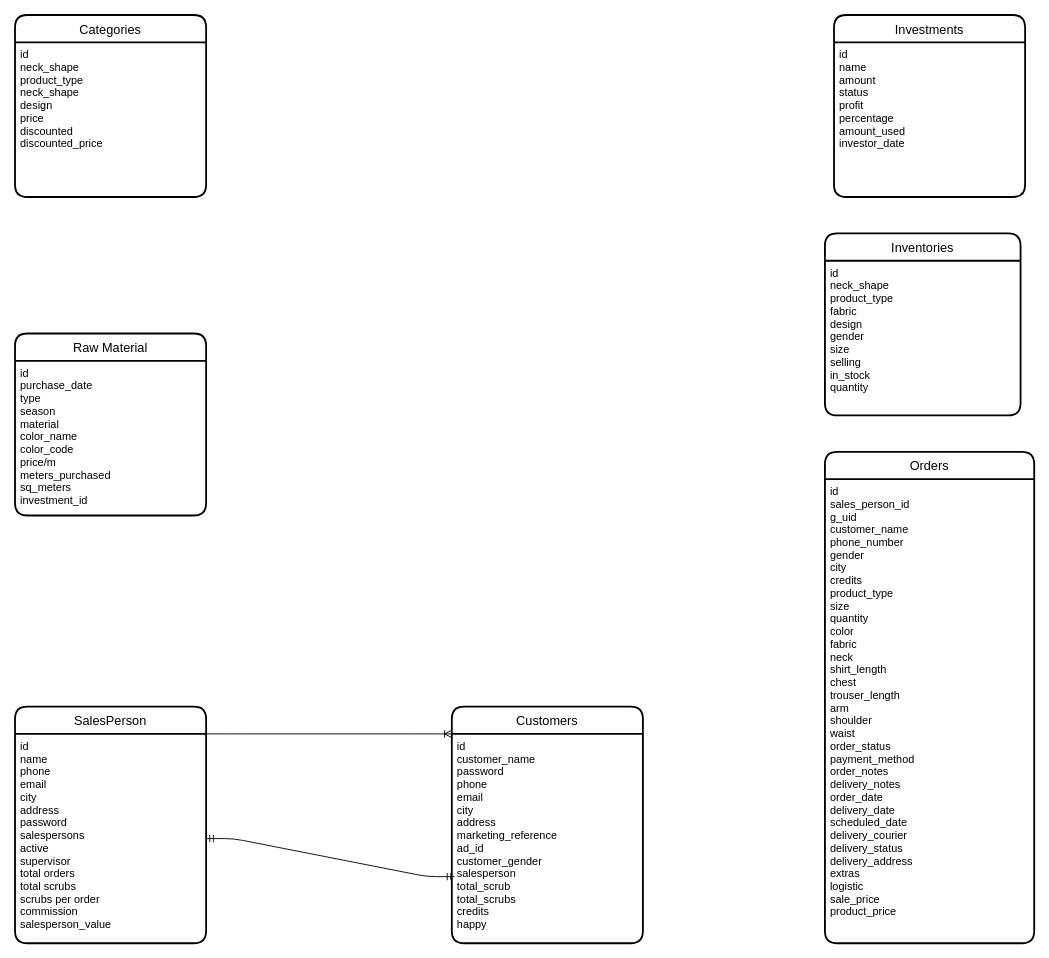
The draw.io diagram erd.drawio in makhdoomali98/doctor_garments, before the edit. Source tidied: cells renumbered, new cells numbered last; positions are measured from the earlier drawing's top-left corner, leaving out a move shared by most shapes. Both pictures are drawn from the tidied source at 91%, with x=0, y=0 at pixel (15, 15).
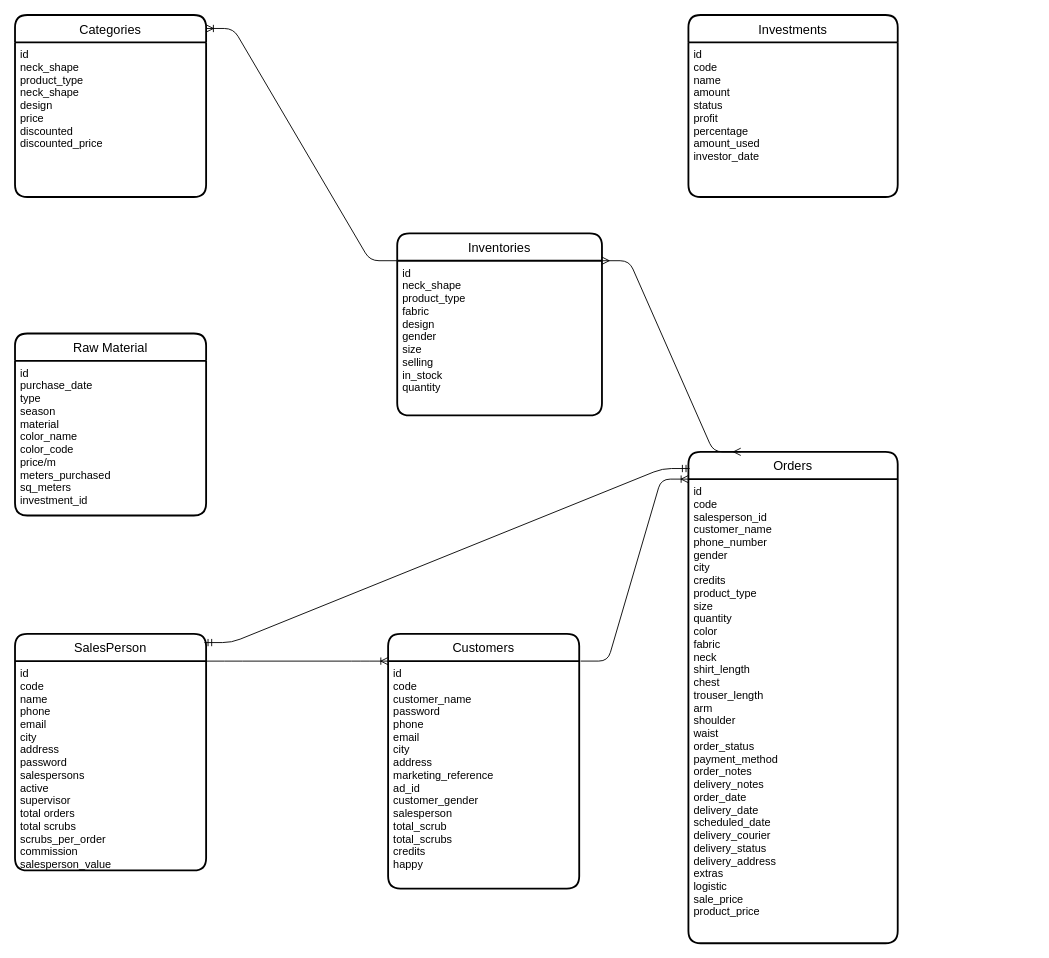
The same page after the edit.

The change refers to these unchanged cells:
```xml
<mxCell id="12" value="Categories" style="swimlane;horizontal=1;startSize=30;rounded=1;fontSize=14;fontStyle=0;strokeWidth=2;shadow=0;dashed=0;align=center;" parent="1" vertex="1">
  <mxGeometry width="210" height="200" as="geometry" />
</mxCell>
```

Diff of the diagram source:
```diff
@@
     <mxCell id="2" value="Orders" style="swimlane;horizontal=1;startSize=30;rounded=1;fontSize=14;fontStyle=0;strokeWidth=2;shadow=0;dashed=0;align=center;" parent="1" vertex="1">
-      <mxGeometry x="890" y="480" width="230" height="540" as="geometry" />
+      <mxGeometry x="740" y="480" width="230" height="540" as="geometry" />
     </mxCell>
-    <mxCell id="3" value="id&#10;sales_person_id&#10;g_uid&#10;customer_name&#10;phone_number&#10;gender&#10;city&#10;credits&#10;product_type&#10;size&#10;quantity&#10;color&#10;fabric&#10;neck&#10;shirt_length&#10;chest&#10;trouser_length&#10;arm&#10;shoulder&#10;waist&#10;order_status&#10;payment_method&#10;order_notes&#10;delivery_notes&#10;order_date&#10;delivery_date&#10;scheduled_date&#10;delivery_courier&#10;delivery_status&#10;delivery_address&#10;extras&#10;logistic&#10;sale_price&#10;product_price" style="align=left;strokeColor=none;fillColor=none;spacingLeft=4;fontSize=12;verticalAlign=top;" parent="2" vertex="1">
+    <mxCell id="3" value="id&#10;code&#10;salesperson_id&#10;customer_name&#10;phone_number&#10;gender&#10;city&#10;credits&#10;product_type&#10;size&#10;quantity&#10;color&#10;fabric&#10;neck&#10;shirt_length&#10;chest&#10;trouser_length&#10;arm&#10;shoulder&#10;waist&#10;order_status&#10;payment_method&#10;order_notes&#10;delivery_notes&#10;order_date&#10;delivery_date&#10;scheduled_date&#10;delivery_courier&#10;delivery_status&#10;delivery_address&#10;extras&#10;logistic&#10;sale_price&#10;product_price" style="align=left;strokeColor=none;fillColor=none;spacingLeft=4;fontSize=12;verticalAlign=top;" parent="2" vertex="1">
       <mxGeometry y="30" width="230" height="510" as="geometry" />
     </mxCell>
@@
     <mxCell id="6" value="Inventories" style="swimlane;horizontal=1;startSize=30;rounded=1;fontSize=14;fontStyle=0;strokeWidth=2;shadow=0;dashed=0;align=center;" parent="1" vertex="1">
-      <mxGeometry x="890" y="240" width="215" height="200" as="geometry" />
+      <mxGeometry x="420" y="240" width="225" height="200" as="geometry" />
     </mxCell>
     <mxCell id="7" value="id&#10;neck_shape&#10;product_type&#10;fabric&#10;design&#10;gender&#10;size&#10;selling&#10;in_stock&#10;quantity" style="align=left;strokeColor=none;fillColor=none;spacingLeft=4;fontSize=12;verticalAlign=top;" parent="6" vertex="1">
-      <mxGeometry y="30" width="215" height="170" as="geometry" />
+      <mxGeometry y="30" width="225" height="170" as="geometry" />
     </mxCell>
     <mxCell id="8" value="SalesPerson" style="swimlane;horizontal=1;startSize=30;rounded=1;fontSize=14;fontStyle=0;strokeWidth=2;shadow=0;dashed=0;align=center;" parent="1" vertex="1">
-      <mxGeometry y="760" width="210" height="260" as="geometry" />
+      <mxGeometry y="680" width="210" height="260" as="geometry" />
     </mxCell>
-    <mxCell id="9" value="id&#10;name&#10;phone&#10;email&#10;city&#10;address&#10;password&#10;salespersons&#10;active&#10;supervisor&#10;total orders&#10;total scrubs&#10;scrubs per order&#10;commission&#10;salesperson_value" style="align=left;strokeColor=none;fillColor=none;spacingLeft=4;fontSize=12;verticalAlign=top;" parent="8" vertex="1">
+    <mxCell id="9" value="id&#10;code&#10;name&#10;phone&#10;email&#10;city&#10;address&#10;password&#10;salespersons&#10;active&#10;supervisor&#10;total orders&#10;total scrubs&#10;scrubs_per_order&#10;commission&#10;salesperson_value" style="align=left;strokeColor=none;fillColor=none;spacingLeft=4;fontSize=12;verticalAlign=top;" parent="8" vertex="1">
       <mxGeometry y="30" width="210" height="230" as="geometry" />
     </mxCell>
     <mxCell id="10" value="Investments" style="swimlane;horizontal=1;startSize=30;rounded=1;fontSize=14;fontStyle=0;strokeWidth=2;shadow=0;dashed=0;align=center;" parent="1" vertex="1">
-      <mxGeometry x="900" width="210" height="200" as="geometry" />
+      <mxGeometry x="740" width="230" height="200" as="geometry" />
     </mxCell>
-    <mxCell id="11" value="id&#10;name&#10;amount &#10;status&#10;profit&#10;percentage&#10;amount_used&#10;investor_date&#10;" style="align=left;strokeColor=none;fillColor=none;spacingLeft=4;fontSize=12;verticalAlign=top;" parent="10" vertex="1">
-      <mxGeometry y="30" width="210" height="170" as="geometry" />
+    <mxCell id="11" value="id&#10;code&#10;name&#10;amount &#10;status&#10;profit&#10;percentage&#10;amount_used&#10;investor_date&#10;" style="align=left;strokeColor=none;fillColor=none;spacingLeft=4;fontSize=12;verticalAlign=top;" parent="10" vertex="1">
+      <mxGeometry y="30" width="230" height="170" as="geometry" />
     </mxCell>
@@
     <mxCell id="14" value="Customers" style="swimlane;horizontal=1;startSize=30;rounded=1;fontSize=14;fontStyle=0;strokeWidth=2;shadow=0;dashed=0;align=center;" parent="1" vertex="1">
-      <mxGeometry x="480" y="760" width="210" height="260" as="geometry" />
+      <mxGeometry x="410" y="680" width="210" height="280" as="geometry" />
     </mxCell>
-    <mxCell id="15" value="id&#10;customer_name&#10;password&#10;phone&#10;email&#10;city&#10;address&#10;marketing_reference&#10;ad_id&#10;customer_gender&#10;salesperson&#10;total_scrub&#10;total_scrubs&#10;credits&#10;happy" style="align=left;strokeColor=none;fillColor=none;spacingLeft=4;fontSize=12;verticalAlign=top;" parent="14" vertex="1">
-      <mxGeometry y="30" width="210" height="230" as="geometry" />
+    <mxCell id="15" value="id&#10;code&#10;customer_name&#10;password&#10;phone&#10;email&#10;city&#10;address&#10;marketing_reference&#10;ad_id&#10;customer_gender&#10;salesperson&#10;total_scrub&#10;total_scrubs&#10;credits&#10;happy" style="align=left;strokeColor=none;fillColor=none;spacingLeft=4;fontSize=12;verticalAlign=top;" parent="14" vertex="1">
+      <mxGeometry y="30" width="210" height="250" as="geometry" />
     </mxCell>
@@
-    <mxCell id="17" style="edgeStyle=entityRelationEdgeStyle;fontSize=12;html=1;endArrow=ERmandOne;startArrow=ERmandOne;entryX=0.014;entryY=0.682;entryDx=0;entryDy=0;entryPerimeter=0;exitX=1;exitY=0.5;exitDx=0;exitDy=0;" parent="1" edge="1" source="9" target="15">
-      <mxGeometry relative="1" as="geometry" />
-    </mxCell>
+    <mxCell id="18" style="edgeStyle=entityRelationEdgeStyle;fontSize=12;html=1;endArrow=ERoneToMany;entryX=1;entryY=0.074;entryDx=0;entryDy=0;entryPerimeter=0;exitX=0;exitY=0;exitDx=0;exitDy=0;" parent="1" edge="1" source="7" target="12">
+      <mxGeometry relative="1" as="geometry" />
+    </mxCell>
+    <mxCell id="19" style="edgeStyle=entityRelationEdgeStyle;fontSize=12;html=1;endArrow=ERmandOne;startArrow=ERmandOne;entryX=0.006;entryY=0.034;entryDx=0;entryDy=0;entryPerimeter=0;exitX=0.991;exitY=0.037;exitDx=0;exitDy=0;exitPerimeter=0;" parent="1" edge="1" source="8" target="2">
+      <mxGeometry relative="1" as="geometry" />
+    </mxCell>
+    <mxCell id="20" style="edgeStyle=entityRelationEdgeStyle;fontSize=12;html=1;endArrow=ERoneToMany;entryX=0;entryY=0;entryDx=0;entryDy=0;exitX=1.007;exitY=0.107;exitDx=0;exitDy=0;exitPerimeter=0;" parent="1" edge="1" source="14" target="3">
+      <mxGeometry relative="1" as="geometry" />
+    </mxCell>
+    <mxCell id="21" style="edgeStyle=entityRelationEdgeStyle;fontSize=12;html=1;endArrow=ERmany;startArrow=ERmany;exitX=1;exitY=0;exitDx=0;exitDy=0;entryX=0.25;entryY=0;entryDx=0;entryDy=0;" parent="1" edge="1" source="7" target="2">
+      <mxGeometry relative="1" as="geometry" />
+    </mxCell>
```
